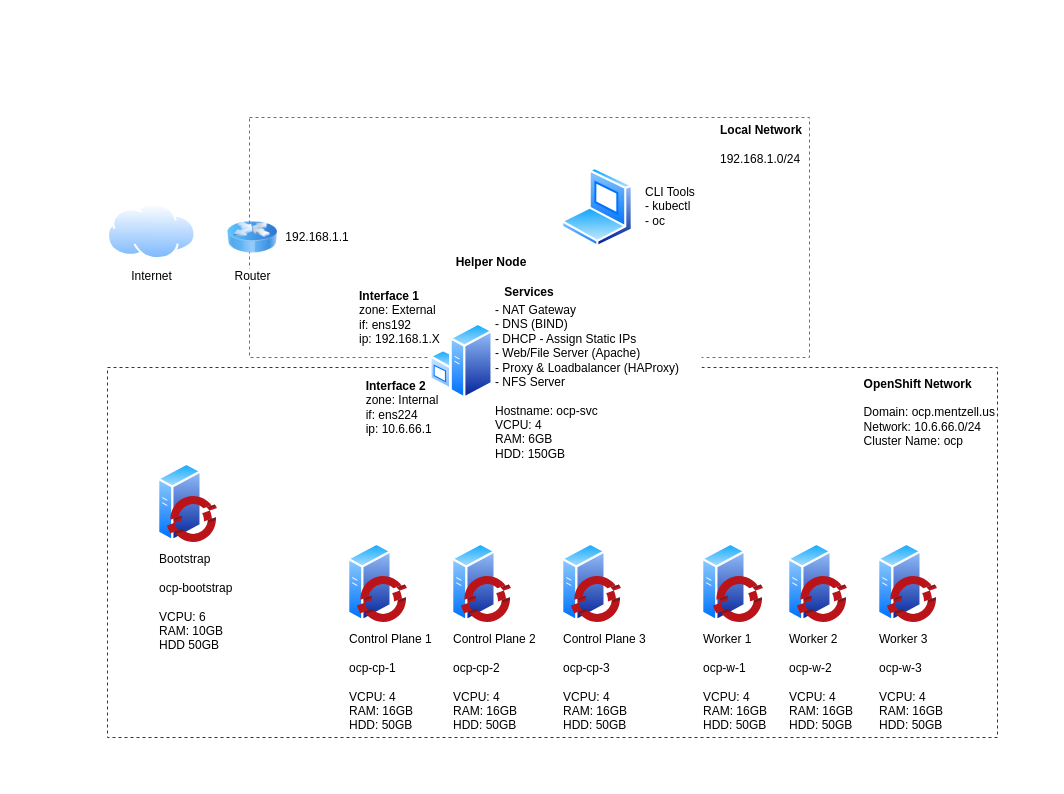
Above: diagram/Architecture.drawio in siliconjesus/ocp4-metal-install (draw.io), before the change. Source tidied: cells renumbered, new cells numbered last; positions are measured from the earlier drawing's top-left corner, leaving out a move shared by most shapes. Both pictures are drawn from the tidied source at 100%, with x=0, y=0 at pixel (17, 17).
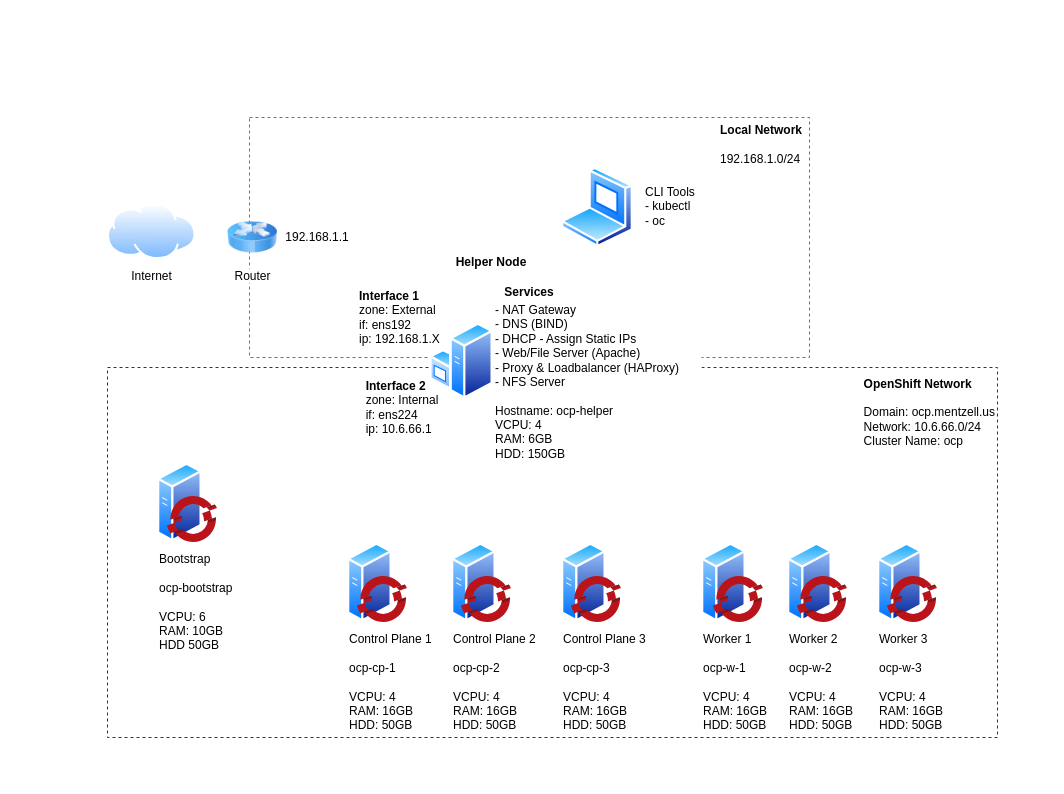
Above is the later version.

Commit message (it also covers changes not shown here):
Caught an additional update on the diagram

The change refers to these unchanged cells:
```xml
<mxCell id="32" style="group;" parent="31" vertex="1">
  <mxGeometry x="64" y="50" width="280" height="130" as="geometry" />
</mxCell>
```

Diff of the diagram source:
```diff
@@
-    <mxCell id="34" value="- NAT Gateway&lt;br&gt;- DNS (BIND)&lt;br&gt;&lt;div&gt;&lt;span&gt;- DHCP - Assign Static IPs&lt;/span&gt;&lt;/div&gt;&lt;div&gt;- Web/File Server (Apache)&lt;span&gt;&lt;br&gt;&lt;/span&gt;&lt;/div&gt;&lt;div&gt;- Proxy &amp;amp; Loadbalancer (HAProxy)&lt;br&gt;&lt;/div&gt;&lt;div&gt;- NFS Server&lt;/div&gt;&lt;div&gt;&lt;br&gt;&lt;/div&gt;&lt;div&gt;Hostname: ocp-svc&lt;/div&gt;&lt;div&gt;VCPU: 4&lt;/div&gt;&lt;div&gt;RAM: 6GB&lt;/div&gt;&lt;div&gt;HDD: 150GB&lt;/div&gt;&lt;div&gt;&lt;br&gt;&lt;/div&gt;&lt;div&gt;&lt;br&gt;&lt;/div&gt;" style="text;html=1;strokeColor=none;align=left;verticalAlign=middle;whiteSpace=wrap;rounded=0;fillColor=#ffffff;" parent="32" vertex="1">
+    <mxCell id="34" value="- NAT Gateway&lt;br&gt;- DNS (BIND)&lt;br&gt;&lt;div&gt;&lt;span&gt;- DHCP - Assign Static IPs&lt;/span&gt;&lt;/div&gt;&lt;div&gt;- Web/File Server (Apache)&lt;span&gt;&lt;br&gt;&lt;/span&gt;&lt;/div&gt;&lt;div&gt;- Proxy &amp;amp; Loadbalancer (HAProxy)&lt;br&gt;&lt;/div&gt;&lt;div&gt;- NFS Server&lt;/div&gt;&lt;div&gt;&lt;br&gt;&lt;/div&gt;&lt;div&gt;Hostname: ocp-helper&lt;/div&gt;&lt;div&gt;VCPU: 4&lt;/div&gt;&lt;div&gt;RAM: 6GB&lt;/div&gt;&lt;div&gt;HDD: 150GB&lt;/div&gt;&lt;div&gt;&lt;br&gt;&lt;/div&gt;&lt;div&gt;&lt;br&gt;&lt;/div&gt;" style="text;html=1;strokeColor=none;align=left;verticalAlign=middle;whiteSpace=wrap;rounded=0;fillColor=#ffffff;" parent="32" vertex="1">
       <mxGeometry x="71.7" y="9" width="208.3" height="170" as="geometry" />
     </mxCell>
```
